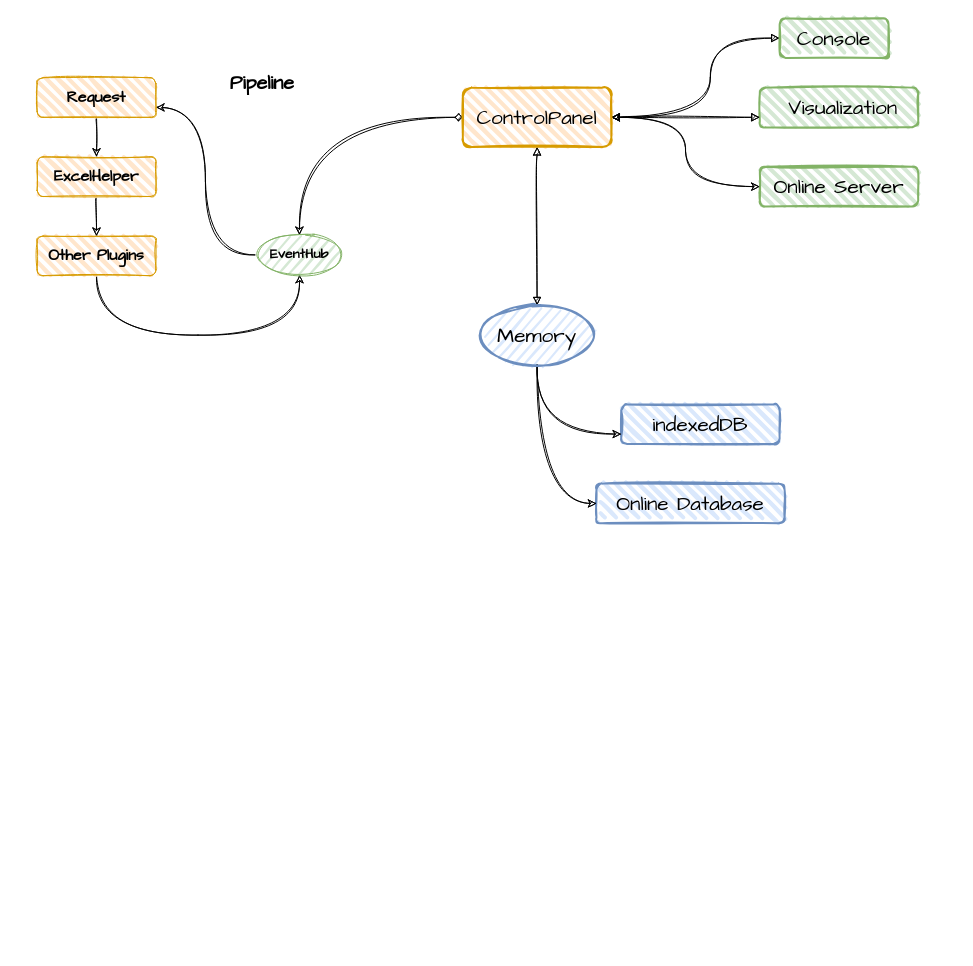
KonghaYao/jspider keeps this draw.io diagram as src/jspider.drawio. Above is the earlier version. Source tidied: cells renumbered, new cells numbered last; positions are measured from the earlier drawing's top-left corner, leaving out a move shared by most shapes. Both pictures are drawn from the tidied source at 99%, with x=0, y=0 at pixel (37, 18).
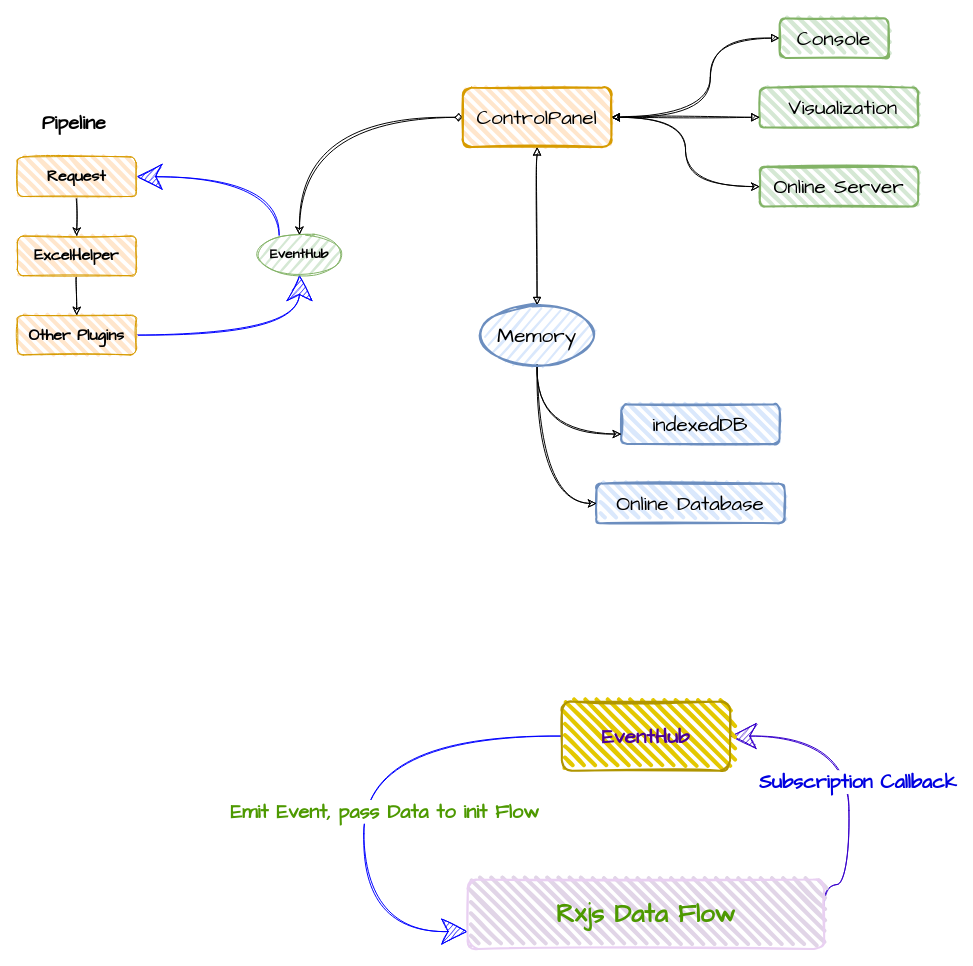
After the change.

Unchanged cells that the change refers to:
```xml
<mxCell id="22" value="EventHub" style="ellipse;whiteSpace=wrap;html=1;strokeWidth=1;fillWeight=2;hachureGap=8;fillColor=#d5e8d4;fillStyle=dots;strokeColor=#82b366;fontFamily=Comic Sans MS;fontSize=14;sketch=1;rounded=1;fontStyle=1;" parent="17" vertex="1">
  <mxGeometry x="220" y="219" width="90" height="40" as="geometry" />
</mxCell>
```

The edit, as a diff of the source:
```diff
@@
+    <mxCell id="26" style="edgeStyle=orthogonalEdgeStyle;curved=1;rounded=0;sketch=1;jettySize=auto;html=1;exitX=0;exitY=0.5;exitDx=0;exitDy=0;entryX=0;entryY=0.75;entryDx=0;entryDy=0;fontFamily=Comic Sans MS;fontSize=26;fontColor=#4C0099;endSize=24;strokeColor=#0000FF;" parent="1" edge="1" source="31" target="30">
+      <mxGeometry relative="1" as="geometry">
+        <Array as="points">
+          <mxPoint x="330" y="725" />
+          <mxPoint x="330" y="922" />
+        </Array>
+      </mxGeometry>
+    </mxCell>
@@
-    <mxCell id="3" style="edgeStyle=orthogonalEdgeStyle;curved=1;rounded=0;sketch=1;jettySize=auto;html=1;entryX=1;entryY=0.75;entryDx=0;entryDy=0;fontFamily=Comic Sans MS;fontSize=16;" parent="1" edge="1" source="22" target="18">
-      <mxGeometry relative="1" as="geometry" />
-    </mxCell>
@@
-    <mxCell id="6" style="edgeStyle=orthogonalEdgeStyle;curved=1;rounded=0;sketch=1;jettySize=auto;html=1;exitX=0.5;exitY=1;exitDx=0;exitDy=0;entryX=0.5;entryY=1;entryDx=0;entryDy=0;fontFamily=Comic Sans MS;fontSize=16;" parent="1" edge="1" source="25" target="22">
-      <mxGeometry relative="1" as="geometry">
-        <Array as="points">
-          <mxPoint x="60" y="320" />
-          <mxPoint x="265" y="320" />
-        </Array>
-      </mxGeometry>
-    </mxCell>
@@
+    <mxCell id="27" style="edgeStyle=orthogonalEdgeStyle;curved=1;rounded=0;sketch=1;jettySize=auto;html=1;entryX=1;entryY=0.5;entryDx=0;entryDy=0;endSize=24;fontFamily=Comic Sans MS;exitX=1;exitY=0.5;exitDx=0;exitDy=0;fontColor=#0000FF;strokeColor=#3700CC;fillColor=#6a00ff;" parent="1" edge="1" source="30" target="31">
+      <mxGeometry relative="1" as="geometry">
+        <Array as="points">
+          <mxPoint x="820" y="875" />
+          <mxPoint x="820" y="725" />
+        </Array>
+      </mxGeometry>
+    </mxCell>
+    <mxCell id="28" value="Subscription Callback" style="edgeLabel;html=1;align=center;verticalAlign=middle;fontFamily=Comic Sans MS;fontSize=20;fontStyle=1;fontColor=#0000E0;" parent="27" vertex="1">
+      <mxGeometry x="0.46" y="11" relative="1" as="geometry">
+        <mxPoint x="40" y="34" as="offset" />
+      </mxGeometry>
+    </mxCell>
+    <mxCell id="29" value="Emit Event, pass Data to init Flow" style="edgeLabel;align=center;verticalAlign=middle;fontFamily=Comic Sans MS;fontSize=20;fontStyle=1;labelBackgroundColor=#ffffff;html=1;labelBorderColor=none;fontColor=#4D9900;" parent="27" vertex="1">
+      <mxGeometry x="0.46" y="11" relative="1" as="geometry">
+        <mxPoint x="-438" y="64" as="offset" />
+      </mxGeometry>
+    </mxCell>
+    <mxCell id="30" value="Rxjs Data Flow" style="whiteSpace=wrap;html=1;strokeWidth=2;fillWeight=4;hachureGap=8;hachureAngle=45;fillColor=#e1d5e7;fontFamily=Comic Sans MS;fontSize=26;sketch=1;rounded=1;fontStyle=1;strokeColor=#E9D0F2;fontColor=#4D9900;" parent="1" vertex="1">
+      <mxGeometry x="435" y="870" width="360" height="70" as="geometry" />
+    </mxCell>
+    <mxCell id="31" value="EventHub" style="whiteSpace=wrap;html=1;strokeWidth=2;fillWeight=4;hachureGap=8;hachureAngle=45;fillColor=#e3c800;strokeColor=#B09500;fontFamily=Comic Sans MS;fontSize=21;sketch=1;rounded=1;fontStyle=1;fontColor=#4C0099;" parent="1" vertex="1">
+      <mxGeometry x="530" y="690" width="170" height="70" as="geometry" />
+    </mxCell>
+    <mxCell id="6" style="edgeStyle=orthogonalEdgeStyle;curved=1;rounded=0;sketch=1;jettySize=auto;html=1;entryX=0.5;entryY=1;entryDx=0;entryDy=0;fontFamily=Comic Sans MS;fontSize=26;fontColor=#4C0099;endSize=24;strokeColor=#0000FF;" parent="1" edge="1" source="25" target="22">
+      <mxGeometry relative="1" as="geometry" />
+    </mxCell>
+    <mxCell id="3" style="edgeStyle=orthogonalEdgeStyle;rounded=0;sketch=1;jettySize=auto;html=1;exitX=0.272;exitY=0;exitDx=0;exitDy=0;entryX=1;entryY=0.5;entryDx=0;entryDy=0;fontFamily=Comic Sans MS;fontSize=26;fontColor=#4C0099;endSize=24;strokeColor=#0000FF;elbow=vertical;curved=1;exitPerimeter=0;" parent="1" edge="1" source="22" target="18">
+      <mxGeometry relative="1" as="geometry">
+        <Array as="points">
+          <mxPoint x="245" y="160" />
+        </Array>
+      </mxGeometry>
+    </mxCell>
@@
     <mxCell id="18" value="Request" style="whiteSpace=wrap;html=1;strokeWidth=1;fillWeight=4;hachureGap=8;hachureAngle=45;fillColor=#ffe6cc;strokeColor=#d79b00;fontFamily=Comic Sans MS;fontSize=16;sketch=1;rounded=1;fontStyle=1;" parent="17" vertex="1">
-      <mxGeometry y="60" width="120" height="40" as="geometry" />
+      <mxGeometry x="-20" y="140" width="120" height="40" as="geometry" />
     </mxCell>
@@
     <mxCell id="23" value="Pipeline" style="text;html=1;strokeColor=none;fillColor=none;align=center;verticalAlign=middle;whiteSpace=wrap;overflow=hidden;rounded=0;dashed=1;sketch=1;fontFamily=Comic Sans MS;fontSize=20;fontStyle=1;" parent="17" vertex="1">
-      <mxGeometry x="170" y="40" width="115" height="50" as="geometry" />
+      <mxGeometry x="-20" y="80" width="115" height="50" as="geometry" />
     </mxCell>
     <mxCell id="24" value="ExcelHelper" style="whiteSpace=wrap;html=1;strokeWidth=1;fillWeight=4;hachureGap=8;hachureAngle=45;fillColor=#ffe6cc;strokeColor=#d79b00;fontFamily=Comic Sans MS;fontSize=16;sketch=1;rounded=1;fontStyle=1;" parent="17" vertex="1">
-      <mxGeometry y="140" width="120" height="40" as="geometry" />
+      <mxGeometry x="-20" y="220" width="120" height="40" as="geometry" />
     </mxCell>
     <mxCell id="25" value="Other Plugins" style="whiteSpace=wrap;html=1;strokeWidth=1;fillWeight=4;hachureGap=8;hachureAngle=45;fillColor=#ffe6cc;strokeColor=#d79b00;fontFamily=Comic Sans MS;fontSize=16;sketch=1;rounded=1;fontStyle=1;" parent="17" vertex="1">
-      <mxGeometry y="220" width="120" height="40" as="geometry" />
+      <mxGeometry x="-20" y="300" width="120" height="40" as="geometry" />
     </mxCell>
```
